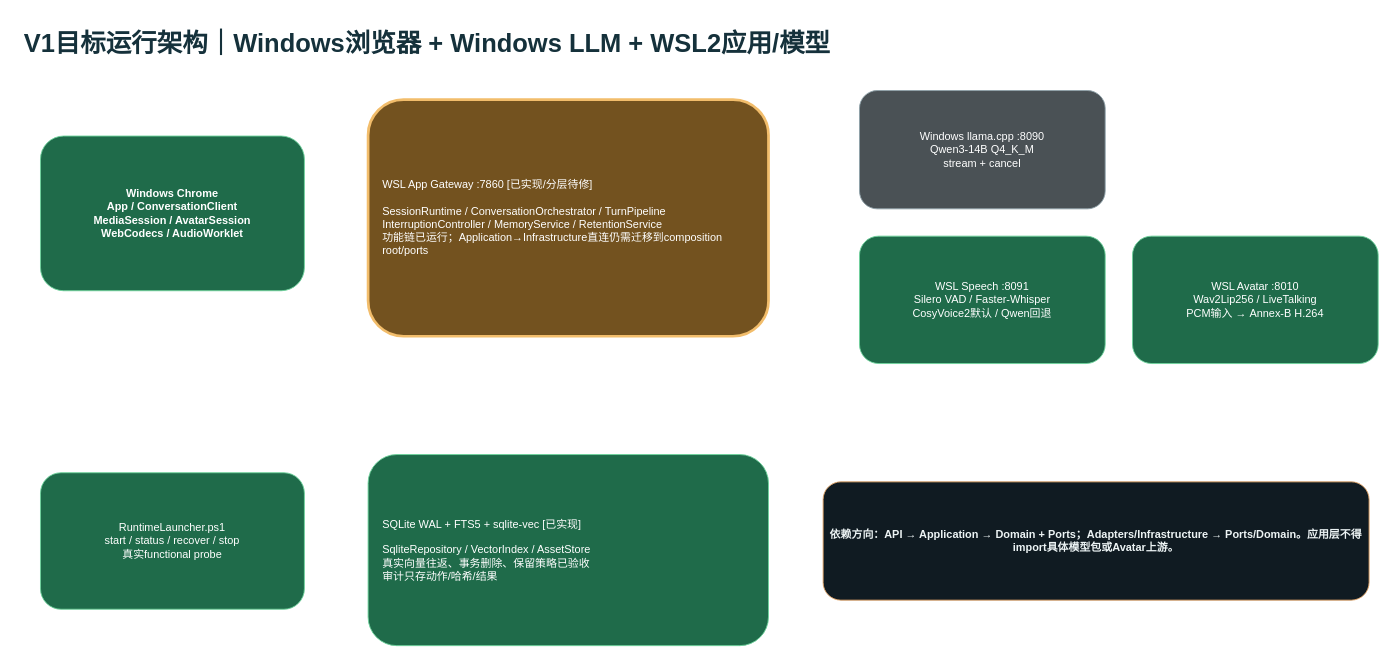
ljx418/cyberWife keeps this draw.io diagram as page "03-V1目标运行架构" (3 of 8) of docs/cyberWife-b3-b5-delivery-gap.drawio. Above is the earlier version. Source tidied: cells renumbered, new cells numbered last; positions are measured from the earlier drawing's top-left corner, leaving out a move shared by most shapes. Both pictures are drawn from the tidied source at 91%, with x=0, y=0 at pixel (22, 22).
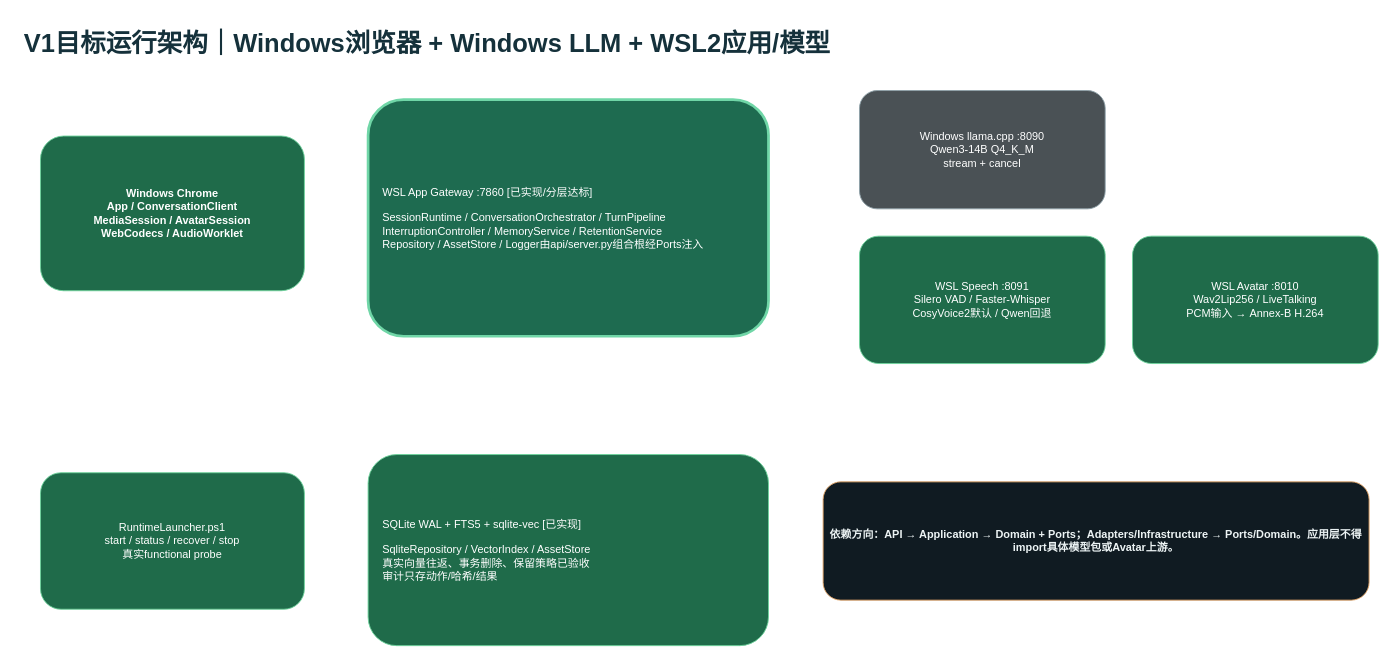
The same page after the edit.

What changed in the source:
```diff
@@
 <mxGraphModel>
   <root>
     <mxCell id="0" />
     <mxCell id="1" parent="0" />
     <mxCell id="2" value="V1目标运行架构｜Windows浏览器 + Windows LLM + WSL2应用/模型" style="text;html=1;fontSize=28;fontStyle=1;fontColor=#15313B;" parent="1" vertex="1">
       <mxGeometry width="1400" height="55" as="geometry" />
     </mxCell>
     <mxCell id="3" value="Windows Chrome&#10;App / ConversationClient&#10;MediaSession / AvatarSession&#10;WebCodecs / AudioWorklet" style="rounded=1;html=1;whiteSpace=wrap;fillColor=#1F6B4A;strokeColor=#6ED39C;fontColor=#FFFFFF;fontStyle=1;" parent="1" vertex="1">
       <mxGeometry x="20" y="125" width="290" height="170" as="geometry" />
     </mxCell>
-    <mxCell id="4" value="WSL App Gateway :7860 [已实现/分层待修]&#10;&#10;SessionRuntime / ConversationOrchestrator / TurnPipeline&#10;InterruptionController / MemoryService / RetentionService&#10;功能链已运行；Application→Infrastructure直连仍需迁移到composition root/ports" style="rounded=1;html=1;whiteSpace=wrap;fillColor=#73521F;strokeColor=#F2BD6B;strokeWidth=3;fontColor=#FFFFFF;align=left;spacing=16;" parent="1" vertex="1">
+    <mxCell id="4" value="WSL App Gateway :7860 [已实现/分层达标]&#10;&#10;SessionRuntime / ConversationOrchestrator / TurnPipeline&#10;InterruptionController / MemoryService / RetentionService&#10;Repository / AssetStore / Logger由api/server.py组合根经Ports注入" style="rounded=1;html=1;whiteSpace=wrap;fillColor=#1E6B50;strokeColor=#70D6A7;strokeWidth=3;fontColor=#FFFFFF;align=left;spacing=16;" parent="1" vertex="1">
       <mxGeometry x="380" y="85" width="440" height="260" as="geometry" />
     </mxCell>
     <mxCell id="5" value="Windows llama.cpp :8090&#10;Qwen3-14B Q4_K_M&#10;stream + cancel" style="rounded=1;html=1;whiteSpace=wrap;fillColor=#4A5155;strokeColor=#8EA0A8;fontColor=#FFFFFF;" parent="1" vertex="1">
       <mxGeometry x="920" y="75" width="270" height="130" as="geometry" />
     </mxCell>
     <mxCell id="6" value="WSL Speech :8091&#10;Silero VAD / Faster-Whisper&#10;CosyVoice2默认 / Qwen回退" style="rounded=1;html=1;whiteSpace=wrap;fillColor=#1F6B4A;strokeColor=#6ED39C;fontColor=#FFFFFF;" parent="1" vertex="1">
       <mxGeometry x="920" y="235" width="270" height="140" as="geometry" />
     </mxCell>
     <mxCell id="7" value="WSL Avatar :8010&#10;Wav2Lip256 / LiveTalking&#10;PCM输入 → Annex-B H.264" style="rounded=1;html=1;whiteSpace=wrap;fillColor=#1F6B4A;strokeColor=#6ED39C;fontColor=#FFFFFF;" parent="1" vertex="1">
       <mxGeometry x="1220" y="235" width="270" height="140" as="geometry" />
     </mxCell>
     <mxCell id="8" value="SQLite WAL + FTS5 + sqlite-vec [已实现]&#10;&#10;SqliteRepository / VectorIndex / AssetStore&#10;真实向量往返、事务删除、保留策略已验收&#10;审计只存动作/哈希/结果" style="rounded=1;html=1;whiteSpace=wrap;fillColor=#1F6B4A;strokeColor=#6ED39C;fontColor=#FFFFFF;align=left;spacing=16;" parent="1" vertex="1">
       <mxGeometry x="380" y="475" width="440" height="210" as="geometry" />
     </mxCell>
     <mxCell id="9" value="RuntimeLauncher.ps1&#10;start / status / recover / stop&#10;真实functional probe" style="rounded=1;html=1;whiteSpace=wrap;fillColor=#1F6B4A;strokeColor=#6ED39C;fontColor=#FFFFFF;" parent="1" vertex="1">
       <mxGeometry x="20" y="495" width="290" height="150" as="geometry" />
     </mxCell>
     <mxCell id="10" value="依赖方向：API → Application → Domain + Ports；Adapters/Infrastructure → Ports/Domain。应用层不得import具体模型包或Avatar上游。" style="rounded=1;html=1;whiteSpace=wrap;fillColor=#101B22;strokeColor=#E4A668;fontColor=#EDF4F5;fontStyle=1;" parent="1" vertex="1">
       <mxGeometry x="880" y="505" width="600" height="130" as="geometry" />
     </mxCell>
     <mxCell id="11" style="edgeStyle=orthogonalEdgeStyle;strokeColor=#62B6BC;endArrow=block;" parent="1" edge="1" source="3" target="4" />
     <mxCell id="12" style="edgeStyle=orthogonalEdgeStyle;strokeColor=#8AA0A9;endArrow=block;" parent="1" edge="1" source="4" target="5" />
     <mxCell id="13" style="edgeStyle=orthogonalEdgeStyle;strokeColor=#8AA0A9;endArrow=block;" parent="1" edge="1" source="4" target="6" />
     <mxCell id="14" style="edgeStyle=orthogonalEdgeStyle;strokeColor=#8AA0A9;endArrow=block;" parent="1" edge="1" source="4" target="7" />
     <mxCell id="15" style="edgeStyle=orthogonalEdgeStyle;strokeColor=#62B6BC;endArrow=block;" parent="1" edge="1" source="4" target="8" />
     <mxCell id="16" style="edgeStyle=orthogonalEdgeStyle;strokeColor=#6ED39C;endArrow=block;" parent="1" edge="1" source="9" target="4" />
   </root>
 </mxGraphModel>
```
